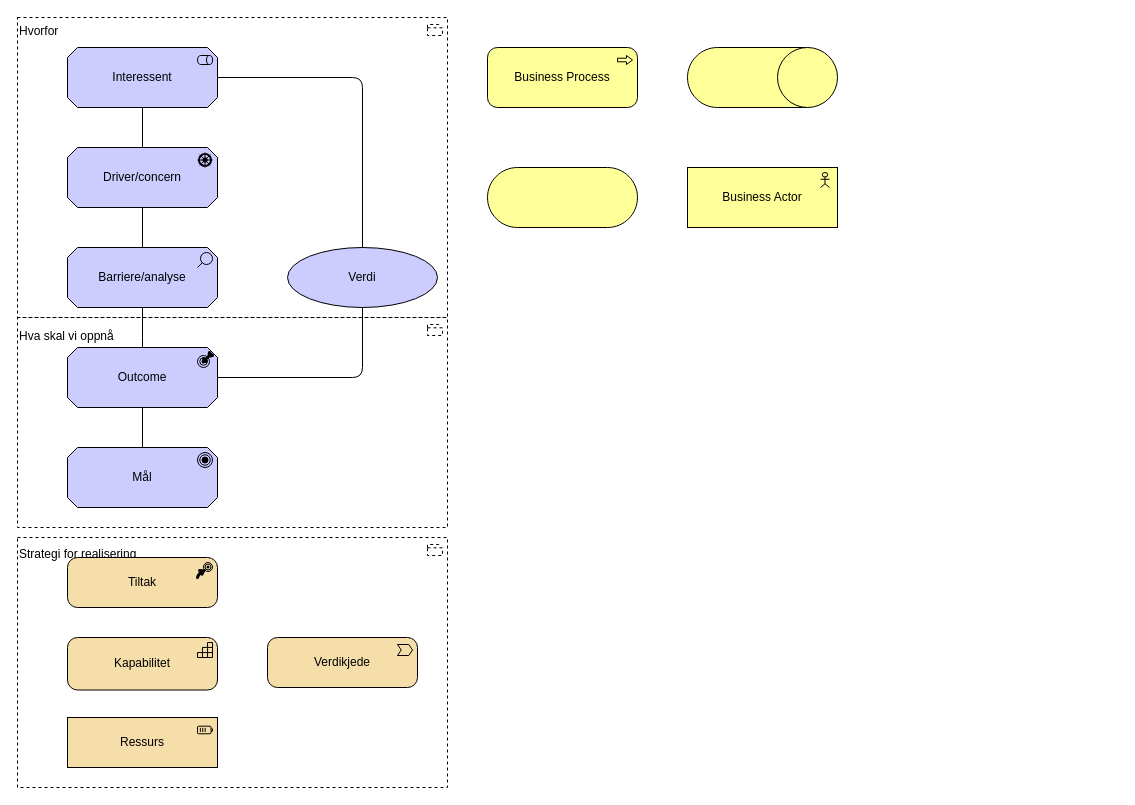
hdir/Digital-Forstelinje keeps this draw.io diagram as docs/why/arkitektur-motivasjon.drawio. Above is the earlier version. Source tidied: cells renumbered, new cells numbered last; positions are measured from the earlier drawing's top-left corner, leaving out a move shared by most shapes. Both pictures are drawn from the tidied source at 100%, with x=0, y=0 at pixel (17, 17).
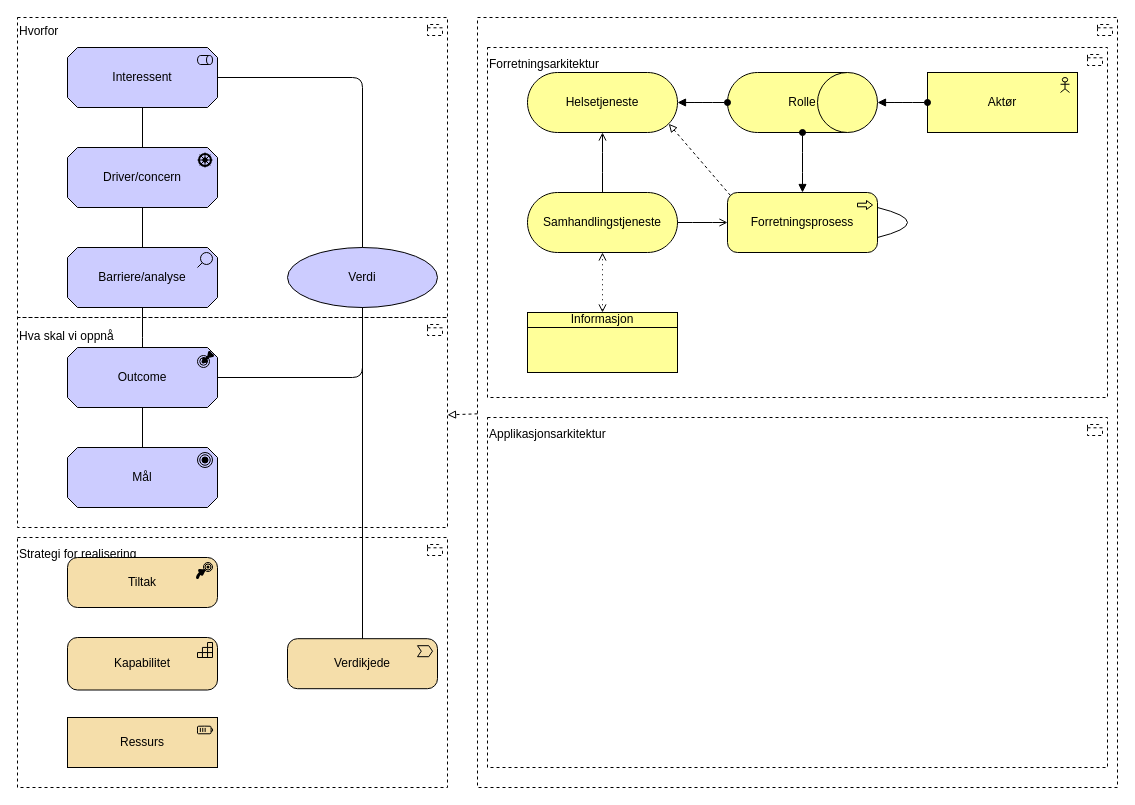
After the change.

The change refers to these unchanged cells:
```xml
<mxCell id="3" value="Hva skal vi oppnå&lt;div&gt;&lt;font color=&quot;#000000&quot;&gt;&lt;br&gt;&lt;/font&gt;&lt;/div&gt;&lt;div&gt;&lt;font color=&quot;#000000&quot;&gt;&lt;br&gt;&lt;/font&gt;&lt;/div&gt;&lt;div&gt;&lt;font color=&quot;#000000&quot;&gt;&lt;br&gt;&lt;/font&gt;&lt;/div&gt;&lt;div&gt;&lt;font color=&quot;#000000&quot;&gt;&lt;br&gt;&lt;/font&gt;&lt;/div&gt;&lt;div&gt;&lt;font color=&quot;#000000&quot;&gt;&lt;br&gt;&lt;/font&gt;&lt;/div&gt;&lt;div&gt;&lt;font color=&quot;#000000&quot;&gt;&lt;br&gt;&lt;/font&gt;&lt;/div&gt;&lt;div&gt;&lt;font color=&quot;#000000&quot;&gt;&lt;br&gt;&lt;/font&gt;&lt;/div&gt;&lt;div&gt;&lt;font color=&quot;#000000&quot;&gt;&lt;br&gt;&lt;/font&gt;&lt;/div&gt;&lt;div&gt;&lt;font color=&quot;#000000&quot;&gt;&lt;br&gt;&lt;/font&gt;&lt;div&gt;&lt;br&gt;&lt;/div&gt;&lt;div&gt;&lt;br&gt;&lt;/div&gt;&lt;div&gt;&lt;br&gt;&lt;/div&gt;&lt;/div&gt;" style="html=1;outlineConnect=0;whiteSpace=wrap;shape=mxgraph.archimate3.application;appType=grouping;archiType=square;dashed=1;fillColor=none;align=left;" parent="1" vertex="1">
  <mxGeometry y="300" width="430" height="210" as="geometry" />
</mxCell>
<mxCell id="14" value="Verdi" style="shape=ellipse;html=1;whiteSpace=wrap;fillColor=#CCCCFF;" parent="1" vertex="1">
  <mxGeometry x="270" y="230" width="150" height="60" as="geometry" />
</mxCell>
```

Change to the diagram source:
```diff
@@
+    <mxCell id="25" value="&lt;div&gt;Forretningsarkitektur&lt;/div&gt;&lt;div&gt;&lt;br&gt;&lt;/div&gt;&lt;div&gt;&lt;br&gt;&lt;/div&gt;&lt;div&gt;&lt;br&gt;&lt;/div&gt;&lt;div&gt;&lt;br&gt;&lt;/div&gt;&lt;div&gt;&lt;br&gt;&lt;/div&gt;&lt;div&gt;&lt;br&gt;&lt;/div&gt;&lt;div&gt;&lt;br&gt;&lt;/div&gt;&lt;div&gt;&lt;br&gt;&lt;/div&gt;&lt;div&gt;&lt;br&gt;&lt;/div&gt;&lt;div&gt;&lt;br&gt;&lt;/div&gt;&lt;div&gt;&lt;br&gt;&lt;/div&gt;&lt;div&gt;&lt;br&gt;&lt;/div&gt;&lt;div&gt;&lt;br&gt;&lt;/div&gt;&lt;div&gt;&lt;br&gt;&lt;/div&gt;&lt;div&gt;&lt;br&gt;&lt;/div&gt;&lt;div&gt;&lt;br&gt;&lt;/div&gt;&lt;div&gt;&lt;br&gt;&lt;/div&gt;&lt;div&gt;&lt;br&gt;&lt;/div&gt;&lt;div&gt;&lt;br&gt;&lt;/div&gt;&lt;div&gt;&lt;br&gt;&lt;/div&gt;&lt;div&gt;&lt;br&gt;&lt;/div&gt;&lt;div&gt;&lt;br&gt;&lt;/div&gt;" style="html=1;whiteSpace=wrap;shape=mxgraph.archimate3.application;appType=grouping;archiType=square;dashed=1;fillColor=none;align=left;" parent="1" vertex="1">
+      <mxGeometry x="470" y="30" width="620" height="350" as="geometry" />
+    </mxCell>
+    <mxCell id="26" value="&lt;div&gt;&lt;br&gt;&lt;/div&gt;&lt;div&gt;&lt;br&gt;&lt;/div&gt;&lt;div&gt;&lt;br&gt;&lt;/div&gt;&lt;div&gt;&lt;br&gt;&lt;/div&gt;&lt;div&gt;&lt;br&gt;&lt;/div&gt;&lt;div&gt;&lt;br&gt;&lt;/div&gt;&lt;div&gt;&lt;br&gt;&lt;/div&gt;&lt;div&gt;&lt;br&gt;&lt;/div&gt;&lt;div&gt;&lt;br&gt;&lt;/div&gt;&lt;div&gt;&lt;br&gt;&lt;/div&gt;&lt;div&gt;&lt;br&gt;&lt;/div&gt;&lt;div&gt;&lt;br&gt;&lt;/div&gt;&lt;div&gt;&lt;br&gt;&lt;/div&gt;&lt;div&gt;&lt;br&gt;&lt;/div&gt;&lt;div&gt;&lt;br&gt;&lt;/div&gt;&lt;div&gt;&lt;br&gt;&lt;/div&gt;&lt;div&gt;&lt;br&gt;&lt;/div&gt;&lt;div&gt;&lt;br&gt;&lt;/div&gt;&lt;div&gt;&lt;br&gt;&lt;/div&gt;&lt;div&gt;&lt;br&gt;&lt;/div&gt;&lt;div&gt;&lt;br&gt;&lt;/div&gt;&lt;div&gt;&lt;br&gt;&lt;/div&gt;" style="html=1;outlineConnect=0;whiteSpace=wrap;shape=mxgraph.archimate3.application;appType=grouping;archiType=square;dashed=1;fillColor=none;align=left;" parent="1" vertex="1">
+      <mxGeometry x="460" width="640" height="770" as="geometry" />
+    </mxCell>
@@
     <mxCell id="15" value="Verdikjede" style="html=1;outlineConnect=0;whiteSpace=wrap;fillColor=#F5DEAA;shape=mxgraph.archimate3.application;appType=valueStream;archiType=rounded;" parent="1" vertex="1">
-      <mxGeometry x="250" y="620" width="150" height="50" as="geometry" />
+      <mxGeometry x="270" y="621.2" width="150" height="50" as="geometry" />
     </mxCell>
@@
-    <mxCell id="19" style="html=1;outlineConnect=0;whiteSpace=wrap;fillColor=#ffff99;shape=mxgraph.archimate3.role;" parent="1" vertex="1">
-      <mxGeometry x="670" y="30" width="150" height="60" as="geometry" />
+    <mxCell id="19" value="Rolle" style="html=1;outlineConnect=0;whiteSpace=wrap;fillColor=#ffff99;shape=mxgraph.archimate3.role;" parent="1" vertex="1">
+      <mxGeometry x="710" y="55" width="150" height="60" as="geometry" />
     </mxCell>
-    <mxCell id="20" value="Business Process" style="html=1;outlineConnect=0;whiteSpace=wrap;fillColor=#ffff99;shape=mxgraph.archimate3.application;appType=proc;archiType=rounded;" parent="1" vertex="1">
-      <mxGeometry x="470" y="30" width="150" height="60" as="geometry" />
+    <mxCell id="20" value="Forretningsprosess" style="html=1;outlineConnect=0;whiteSpace=wrap;fillColor=#ffff99;shape=mxgraph.archimate3.application;appType=proc;archiType=rounded;" parent="1" vertex="1">
+      <mxGeometry x="710" y="175" width="150" height="60" as="geometry" />
     </mxCell>
-    <mxCell id="21" style="html=1;outlineConnect=0;whiteSpace=wrap;fillColor=#ffff99;shape=mxgraph.archimate3.service;" parent="1" vertex="1">
-      <mxGeometry x="470" y="150" width="150" height="60" as="geometry" />
+    <mxCell id="21" value="Samhandlingstjeneste" style="html=1;outlineConnect=0;whiteSpace=wrap;fillColor=#ffff99;shape=mxgraph.archimate3.service;" parent="1" vertex="1">
+      <mxGeometry x="510" y="175" width="150" height="60" as="geometry" />
     </mxCell>
-    <mxCell id="22" value="Business Actor" style="html=1;outlineConnect=0;whiteSpace=wrap;fillColor=#ffff99;shape=mxgraph.archimate3.application;appType=actor;archiType=square;" parent="1" vertex="1">
-      <mxGeometry x="670" y="150" width="150" height="60" as="geometry" />
+    <mxCell id="22" value="Aktør" style="html=1;outlineConnect=0;whiteSpace=wrap;fillColor=#ffff99;shape=mxgraph.archimate3.application;appType=actor;archiType=square;" parent="1" vertex="1">
+      <mxGeometry x="910" y="55" width="150" height="60" as="geometry" />
     </mxCell>
@@
+    <mxCell id="27" style="html=1;endArrow=none;elbow=vertical;entryX=0.5;entryY=1;entryDx=0;entryDy=0;exitX=0.5;exitY=0;exitDx=0;exitDy=0;exitPerimeter=0;edgeStyle=orthogonalEdgeStyle;" parent="1" edge="1" source="15" target="14">
+      <mxGeometry relative="1" as="geometry" />
+    </mxCell>
+    <mxCell id="28" value="Helsetjeneste" style="html=1;outlineConnect=0;whiteSpace=wrap;fillColor=#ffff99;shape=mxgraph.archimate3.service;" parent="1" vertex="1">
+      <mxGeometry x="510" y="55" width="150" height="60" as="geometry" />
+    </mxCell>
+    <mxCell id="29" value="Informasjon" style="html=1;outlineConnect=0;whiteSpace=wrap;fillColor=#ffff99;shape=mxgraph.archimate3.businessObject;overflow=fill;" parent="1" vertex="1">
+      <mxGeometry x="510" y="295" width="150" height="60" as="geometry" />
+    </mxCell>
+    <mxCell id="30" style="edgeStyle=elbowEdgeStyle;html=1;endArrow=open;elbow=vertical;endFill=1;entryX=0;entryY=0.5;entryDx=0;entryDy=0;entryPerimeter=0;exitX=0;exitY=0;exitDx=150;exitDy=30;exitPerimeter=0;" parent="1" edge="1" source="21" target="20">
+      <mxGeometry relative="1" as="geometry" />
+    </mxCell>
+    <mxCell id="31" style="edgeStyle=elbowEdgeStyle;html=1;endArrow=open;elbow=vertical;endFill=0;dashed=1;startArrow=open;startFill=0;dashPattern=1 4;entryX=0.5;entryY=1;entryDx=0;entryDy=0;entryPerimeter=0;exitX=0.5;exitY=0;exitDx=0;exitDy=0;exitPerimeter=0;" parent="1" edge="1" source="29" target="21">
+      <mxGeometry relative="1" as="geometry" />
+    </mxCell>
+    <mxCell id="32" style="html=1;endArrow=block;elbow=vertical;endFill=0;dashed=1;entryX=0;entryY=0;entryDx=141.3;entryDy=51.3;entryPerimeter=0;exitX=0;exitY=0;exitDx=2.9;exitDy=2.9;exitPerimeter=0;" parent="1" edge="1" source="20" target="28">
+      <mxGeometry relative="1" as="geometry" />
+    </mxCell>
+    <mxCell id="33" style="edgeStyle=elbowEdgeStyle;html=1;endArrow=open;elbow=vertical;endFill=1;entryX=0.5;entryY=1;entryDx=0;entryDy=0;entryPerimeter=0;exitX=0.5;exitY=0;exitDx=0;exitDy=0;exitPerimeter=0;" parent="1" edge="1" source="21" target="28">
+      <mxGeometry relative="1" as="geometry" />
+    </mxCell>
+    <mxCell id="34" style="endArrow=block;html=1;endFill=1;startArrow=oval;startFill=1;edgeStyle=elbowEdgeStyle;elbow=vertical;entryX=0;entryY=0;entryDx=150;entryDy=30;entryPerimeter=0;exitX=0;exitY=0.5;exitDx=0;exitDy=0;exitPerimeter=0;" parent="1" edge="1" source="19" target="28">
+      <mxGeometry relative="1" as="geometry" />
+    </mxCell>
+    <mxCell id="35" style="endArrow=block;html=1;endFill=1;startArrow=oval;startFill=1;edgeStyle=elbowEdgeStyle;elbow=vertical;entryX=1;entryY=0.5;entryDx=0;entryDy=0;entryPerimeter=0;exitX=0;exitY=0.5;exitDx=0;exitDy=0;exitPerimeter=0;" parent="1" edge="1" source="22" target="19">
+      <mxGeometry relative="1" as="geometry" />
+    </mxCell>
+    <mxCell id="36" style="endArrow=block;html=1;endFill=1;startArrow=oval;startFill=1;edgeStyle=elbowEdgeStyle;elbow=vertical;exitX=0.5;exitY=1;exitDx=0;exitDy=0;exitPerimeter=0;entryX=0.5;entryY=0;entryDx=0;entryDy=0;entryPerimeter=0;" parent="1" edge="1" source="19" target="20">
+      <mxGeometry relative="1" as="geometry" />
+    </mxCell>
+    <mxCell id="37" value="&lt;div&gt;Applikasjonsarkitektur&lt;/div&gt;&lt;div&gt;&lt;br&gt;&lt;/div&gt;&lt;div&gt;&lt;br&gt;&lt;/div&gt;&lt;div&gt;&lt;br&gt;&lt;/div&gt;&lt;div&gt;&lt;br&gt;&lt;/div&gt;&lt;div&gt;&lt;br&gt;&lt;/div&gt;&lt;div&gt;&lt;br&gt;&lt;/div&gt;&lt;div&gt;&lt;br&gt;&lt;/div&gt;&lt;div&gt;&lt;br&gt;&lt;/div&gt;&lt;div&gt;&lt;br&gt;&lt;/div&gt;&lt;div&gt;&lt;br&gt;&lt;/div&gt;&lt;div&gt;&lt;br&gt;&lt;/div&gt;&lt;div&gt;&lt;br&gt;&lt;/div&gt;&lt;div&gt;&lt;br&gt;&lt;/div&gt;&lt;div&gt;&lt;br&gt;&lt;/div&gt;&lt;div&gt;&lt;br&gt;&lt;/div&gt;&lt;div&gt;&lt;br&gt;&lt;/div&gt;&lt;div&gt;&lt;br&gt;&lt;/div&gt;&lt;div&gt;&lt;br&gt;&lt;/div&gt;&lt;div&gt;&lt;br&gt;&lt;/div&gt;&lt;div&gt;&lt;br&gt;&lt;/div&gt;&lt;div&gt;&lt;br&gt;&lt;/div&gt;&lt;div&gt;&lt;br&gt;&lt;/div&gt;" style="html=1;whiteSpace=wrap;shape=mxgraph.archimate3.application;appType=grouping;archiType=square;dashed=1;fillColor=none;align=left;" parent="1" vertex="1">
+      <mxGeometry x="470" y="400" width="620" height="350" as="geometry" />
+    </mxCell>
+    <mxCell id="38" style="edgeStyle=orthogonalEdgeStyle;html=1;endArrow=none;elbow=vertical;entryX=1;entryY=0.75;entryDx=0;entryDy=0;entryPerimeter=0;exitX=1;exitY=0.25;exitDx=0;exitDy=0;exitPerimeter=0;curved=1;" parent="1" edge="1" source="20" target="20">
+      <mxGeometry relative="1" as="geometry">
+        <Array as="points">
+          <mxPoint x="920" y="205" />
+        </Array>
+      </mxGeometry>
+    </mxCell>
+    <mxCell id="39" style="html=1;endArrow=block;elbow=vertical;endFill=0;dashed=1;" parent="1" edge="1" source="26" target="3">
+      <mxGeometry relative="1" as="geometry" />
+    </mxCell>
```
